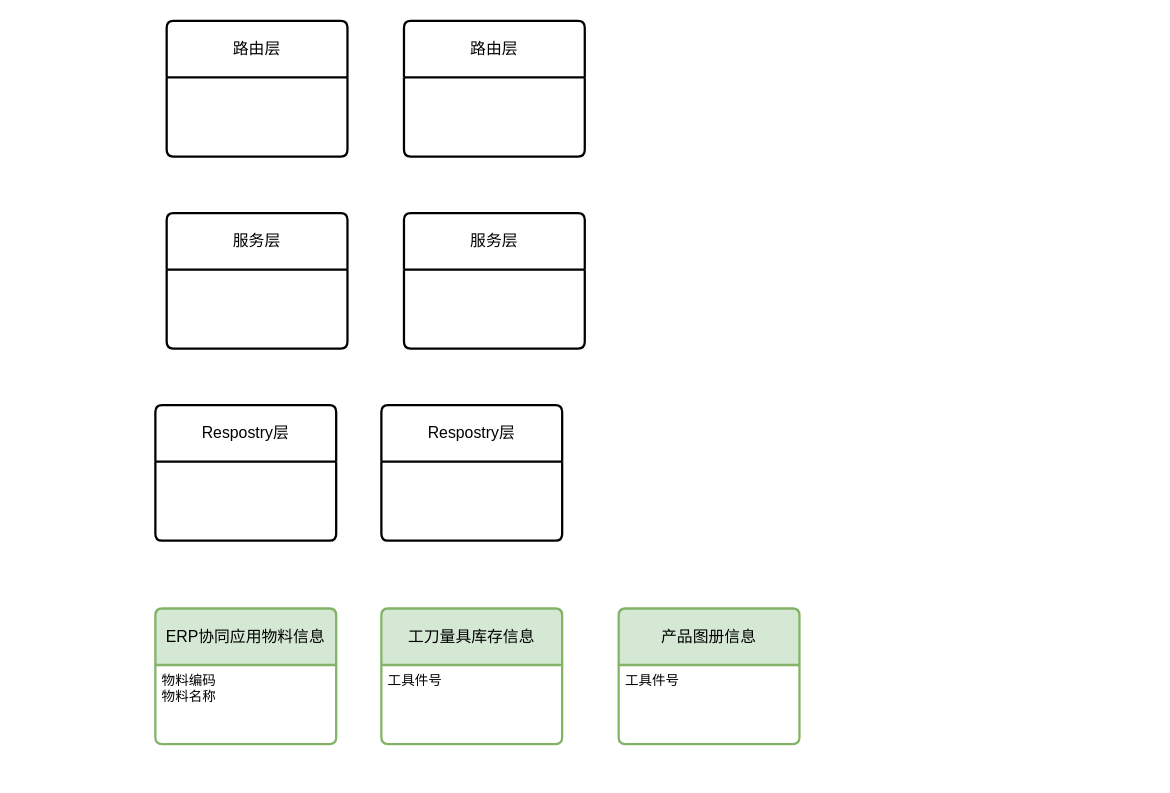
Before: backend.drawio in miaomiao1992/draw.io, a draw.io diagram. Source tidied: cells renumbered, new cells numbered last; positions are measured from the earlier drawing's top-left corner, leaving out a move shared by most shapes. Both pictures are drawn from the tidied source at 113%, with x=0, y=0 at pixel (155, 20).
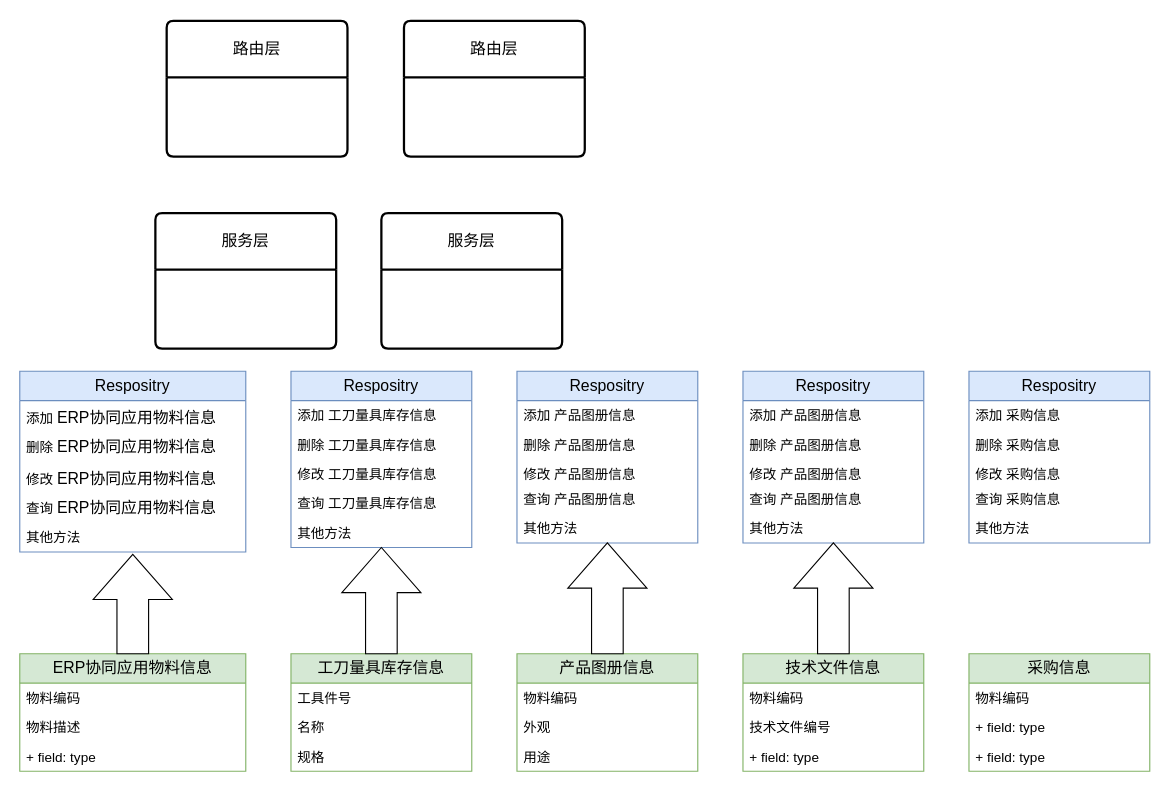
After the change.

The edit, as a diff of the source:
```diff
@@
-    <mxCell id="2" value="ERP协同应用物料信息" style="swimlane;horizontal=1;startSize=50;rounded=1;fontSize=14;fontStyle=0;strokeWidth=2;shadow=0;dashed=0;align=center;arcSize=4;whiteSpace=wrap;html=1;fillColor=#d5e8d4;strokeColor=#82b366;" parent="1" vertex="1">
-      <mxGeometry y="520" width="160" height="120" as="geometry" />
-    </mxCell>
-    <mxCell id="3" value="物料编码&lt;div&gt;物料名称&lt;/div&gt;" style="align=left;strokeColor=none;fillColor=none;spacingLeft=4;fontSize=12;verticalAlign=top;html=1;" parent="2" vertex="1">
-      <mxGeometry y="50" width="160" height="70" as="geometry" />
-    </mxCell>
-    <mxCell id="4" value="工刀量具库存信息" style="swimlane;horizontal=1;startSize=50;rounded=1;fontSize=14;fontStyle=0;strokeWidth=2;shadow=0;dashed=0;align=center;arcSize=4;whiteSpace=wrap;html=1;fillColor=#d5e8d4;strokeColor=#82b366;" parent="1" vertex="1">
-      <mxGeometry x="200" y="520" width="160" height="120" as="geometry" />
-    </mxCell>
-    <mxCell id="5" value="工具件号" style="align=left;strokeColor=none;fillColor=none;spacingLeft=4;fontSize=12;verticalAlign=top;html=1;" parent="4" vertex="1">
-      <mxGeometry y="50" width="160" height="70" as="geometry" />
-    </mxCell>
-    <mxCell id="6" value="Respostry层" style="swimlane;horizontal=1;startSize=50;rounded=1;fontSize=14;fontStyle=0;strokeWidth=2;shadow=0;dashed=0;align=center;arcSize=4;whiteSpace=wrap;html=1;" parent="1" vertex="1">
-      <mxGeometry y="340" width="160" height="120" as="geometry" />
-    </mxCell>
     <mxCell id="7" value="服务层" style="swimlane;horizontal=1;startSize=50;rounded=1;fontSize=14;fontStyle=0;strokeWidth=2;shadow=0;dashed=0;align=center;arcSize=4;whiteSpace=wrap;html=1;" parent="1" vertex="1">
-      <mxGeometry x="10" y="170" width="160" height="120" as="geometry" />
+      <mxGeometry y="170" width="160" height="120" as="geometry" />
     </mxCell>
@@
-    <mxCell id="9" value="Respostry层" style="swimlane;horizontal=1;startSize=50;rounded=1;fontSize=14;fontStyle=0;strokeWidth=2;shadow=0;dashed=0;align=center;arcSize=4;whiteSpace=wrap;html=1;" parent="1" vertex="1">
-      <mxGeometry x="200" y="340" width="160" height="120" as="geometry" />
-    </mxCell>
     <mxCell id="10" value="服务层" style="swimlane;horizontal=1;startSize=50;rounded=1;fontSize=14;fontStyle=0;strokeWidth=2;shadow=0;dashed=0;align=center;arcSize=4;whiteSpace=wrap;html=1;" parent="1" vertex="1">
-      <mxGeometry x="220" y="170" width="160" height="120" as="geometry" />
+      <mxGeometry x="200" y="170" width="160" height="120" as="geometry" />
     </mxCell>
@@
+    <mxCell id="2" value="&lt;span style=&quot;font-size: 14px;&quot;&gt;ERP协同应用物料信息&lt;/span&gt;" style="swimlane;fontStyle=0;horizontal=1;startSize=26;fillColor=#d5e8d4;whiteSpace=wrap;html=1;strokeColor=#82b366;" parent="1" vertex="1">
+      <mxGeometry x="-120" y="560" width="200" height="104" as="geometry" />
+    </mxCell>
+    <mxCell id="14" value="物料编码" style="text;strokeColor=none;fillColor=none;align=left;verticalAlign=top;spacingLeft=4;spacingRight=4;overflow=hidden;whiteSpace=wrap;html=1;" parent="2" vertex="1">
+      <mxGeometry y="26" width="200" height="26" as="geometry" />
+    </mxCell>
+    <mxCell id="15" value="物料描述" style="text;strokeColor=none;fillColor=none;align=left;verticalAlign=top;spacingLeft=4;spacingRight=4;overflow=hidden;whiteSpace=wrap;html=1;" parent="2" vertex="1">
+      <mxGeometry y="52" width="200" height="26" as="geometry" />
+    </mxCell>
+    <mxCell id="16" value="+ field: type" style="text;strokeColor=none;fillColor=none;align=left;verticalAlign=top;spacingLeft=4;spacingRight=4;overflow=hidden;whiteSpace=wrap;html=1;" parent="2" vertex="1">
+      <mxGeometry y="78" width="200" height="26" as="geometry" />
+    </mxCell>
+    <mxCell id="4" value="&lt;span style=&quot;font-size: 14px;&quot;&gt;工刀量具库存信息&lt;/span&gt;" style="swimlane;fontStyle=0;horizontal=1;startSize=26;fillColor=#d5e8d4;whiteSpace=wrap;html=1;strokeColor=#82b366;" parent="1" vertex="1">
+      <mxGeometry x="120" y="560" width="160" height="104" as="geometry" />
+    </mxCell>
+    <mxCell id="17" value="工具件号" style="text;strokeColor=none;fillColor=none;align=left;verticalAlign=top;spacingLeft=4;spacingRight=4;overflow=hidden;whiteSpace=wrap;html=1;" parent="4" vertex="1">
+      <mxGeometry y="26" width="160" height="26" as="geometry" />
+    </mxCell>
+    <mxCell id="18" value="名称" style="text;strokeColor=none;fillColor=none;align=left;verticalAlign=top;spacingLeft=4;spacingRight=4;overflow=hidden;whiteSpace=wrap;html=1;" parent="4" vertex="1">
+      <mxGeometry y="52" width="160" height="26" as="geometry" />
+    </mxCell>
+    <mxCell id="19" value="规格" style="text;strokeColor=none;fillColor=none;align=left;verticalAlign=top;spacingLeft=4;spacingRight=4;overflow=hidden;whiteSpace=wrap;html=1;" parent="4" vertex="1">
+      <mxGeometry y="78" width="160" height="26" as="geometry" />
+    </mxCell>
-    <mxCell id="12" value="产品图册信息" style="swimlane;horizontal=1;startSize=50;rounded=1;fontSize=14;fontStyle=0;strokeWidth=2;shadow=0;dashed=0;align=center;arcSize=4;whiteSpace=wrap;html=1;fillColor=#d5e8d4;strokeColor=#82b366;" parent="1" vertex="1">
-      <mxGeometry x="410" y="520" width="160" height="120" as="geometry" />
+    <mxCell id="12" value="&lt;span style=&quot;font-size: 14px;&quot;&gt;产品图册信息&lt;/span&gt;" style="swimlane;fontStyle=0;horizontal=1;startSize=26;fillColor=#d5e8d4;whiteSpace=wrap;html=1;strokeColor=#82b366;" parent="1" vertex="1">
+      <mxGeometry x="320" y="560" width="160" height="104" as="geometry" />
     </mxCell>
-    <mxCell id="13" value="工具件号" style="align=left;strokeColor=none;fillColor=none;spacingLeft=4;fontSize=12;verticalAlign=top;html=1;" parent="12" vertex="1">
-      <mxGeometry y="50" width="160" height="70" as="geometry" />
-    </mxCell>
+    <mxCell id="20" value="物料编码" style="text;strokeColor=none;fillColor=none;align=left;verticalAlign=top;spacingLeft=4;spacingRight=4;overflow=hidden;whiteSpace=wrap;html=1;" parent="12" vertex="1">
+      <mxGeometry y="26" width="160" height="26" as="geometry" />
+    </mxCell>
+    <mxCell id="21" value="外观" style="text;strokeColor=none;fillColor=none;align=left;verticalAlign=top;spacingLeft=4;spacingRight=4;overflow=hidden;whiteSpace=wrap;html=1;" parent="12" vertex="1">
+      <mxGeometry y="52" width="160" height="26" as="geometry" />
+    </mxCell>
+    <mxCell id="22" value="用途" style="text;strokeColor=none;fillColor=none;align=left;verticalAlign=top;spacingLeft=4;spacingRight=4;overflow=hidden;whiteSpace=wrap;html=1;" parent="12" vertex="1">
+      <mxGeometry y="78" width="160" height="26" as="geometry" />
+    </mxCell>
+    <mxCell id="23" value="&lt;span style=&quot;font-size: 14px;&quot;&gt;技术文件信息&lt;/span&gt;" style="swimlane;fontStyle=0;horizontal=1;startSize=26;fillColor=#d5e8d4;whiteSpace=wrap;html=1;strokeColor=#82b366;" parent="1" vertex="1">
+      <mxGeometry x="520" y="560" width="160" height="104" as="geometry" />
+    </mxCell>
+    <mxCell id="24" value="物料编码" style="text;strokeColor=none;fillColor=none;align=left;verticalAlign=top;spacingLeft=4;spacingRight=4;overflow=hidden;whiteSpace=wrap;html=1;" parent="23" vertex="1">
+      <mxGeometry y="26" width="160" height="26" as="geometry" />
+    </mxCell>
+    <mxCell id="25" value="技术文件编号" style="text;strokeColor=none;fillColor=none;align=left;verticalAlign=top;spacingLeft=4;spacingRight=4;overflow=hidden;whiteSpace=wrap;html=1;" parent="23" vertex="1">
+      <mxGeometry y="52" width="160" height="26" as="geometry" />
+    </mxCell>
+    <mxCell id="26" value="+ field: type" style="text;strokeColor=none;fillColor=none;align=left;verticalAlign=top;spacingLeft=4;spacingRight=4;overflow=hidden;whiteSpace=wrap;html=1;" parent="23" vertex="1">
+      <mxGeometry y="78" width="160" height="26" as="geometry" />
+    </mxCell>
+    <mxCell id="27" value="&lt;span style=&quot;font-size: 14px;&quot;&gt;采购信息&lt;/span&gt;" style="swimlane;fontStyle=0;horizontal=1;startSize=26;fillColor=#d5e8d4;whiteSpace=wrap;html=1;strokeColor=#82b366;" parent="1" vertex="1">
+      <mxGeometry x="720" y="560" width="160" height="104" as="geometry" />
+    </mxCell>
+    <mxCell id="28" value="物料编码" style="text;strokeColor=none;fillColor=none;align=left;verticalAlign=top;spacingLeft=4;spacingRight=4;overflow=hidden;whiteSpace=wrap;html=1;" parent="27" vertex="1">
+      <mxGeometry y="26" width="160" height="26" as="geometry" />
+    </mxCell>
+    <mxCell id="29" value="+ field: type" style="text;strokeColor=none;fillColor=none;align=left;verticalAlign=top;spacingLeft=4;spacingRight=4;overflow=hidden;whiteSpace=wrap;html=1;" parent="27" vertex="1">
+      <mxGeometry y="52" width="160" height="26" as="geometry" />
+    </mxCell>
+    <mxCell id="30" value="+ field: type" style="text;strokeColor=none;fillColor=none;align=left;verticalAlign=top;spacingLeft=4;spacingRight=4;overflow=hidden;whiteSpace=wrap;html=1;" parent="27" vertex="1">
+      <mxGeometry y="78" width="160" height="26" as="geometry" />
+    </mxCell>
+    <mxCell id="31" value="&lt;span style=&quot;font-size: 14px;&quot;&gt;Respositry&lt;/span&gt;" style="swimlane;fontStyle=0;horizontal=1;startSize=26;fillColor=#dae8fc;whiteSpace=wrap;html=1;strokeColor=#6c8ebf;" parent="1" vertex="1">
+      <mxGeometry x="-120" y="310" width="200" height="160" as="geometry" />
+    </mxCell>
+    <mxCell id="32" value="添加&amp;nbsp;&lt;span style=&quot;font-size: 14px; text-align: center;&quot;&gt;ERP协同应用物料信息&lt;/span&gt;" style="text;strokeColor=none;fillColor=none;align=left;verticalAlign=top;spacingLeft=4;spacingRight=4;overflow=hidden;whiteSpace=wrap;html=1;" parent="31" vertex="1">
+      <mxGeometry y="26" width="200" height="26" as="geometry" />
+    </mxCell>
+    <mxCell id="33" value="删除&amp;nbsp;&lt;span style=&quot;font-size: 14px; text-align: center;&quot;&gt;ERP协同应用物料信息&lt;/span&gt;" style="text;strokeColor=none;fillColor=none;align=left;verticalAlign=top;spacingLeft=4;spacingRight=4;overflow=hidden;whiteSpace=wrap;html=1;" parent="31" vertex="1">
+      <mxGeometry y="52" width="200" height="28" as="geometry" />
+    </mxCell>
+    <mxCell id="34" value="修改&amp;nbsp;&lt;span style=&quot;font-size: 14px; text-align: center;&quot;&gt;ERP协同应用物料信息&lt;/span&gt;" style="text;strokeColor=none;fillColor=none;align=left;verticalAlign=top;spacingLeft=4;spacingRight=4;overflow=hidden;whiteSpace=wrap;html=1;" parent="31" vertex="1">
+      <mxGeometry y="80" width="200" height="26" as="geometry" />
+    </mxCell>
+    <mxCell id="35" value="查询&amp;nbsp;&lt;span style=&quot;font-size: 14px; text-align: center;&quot;&gt;ERP协同应用物料信息&lt;/span&gt;" style="text;strokeColor=none;fillColor=none;align=left;verticalAlign=top;spacingLeft=4;spacingRight=4;overflow=hidden;whiteSpace=wrap;html=1;" parent="31" vertex="1">
+      <mxGeometry y="106" width="200" height="28" as="geometry" />
+    </mxCell>
+    <mxCell id="36" value="其他方法" style="text;strokeColor=none;fillColor=none;align=left;verticalAlign=top;spacingLeft=4;spacingRight=4;overflow=hidden;whiteSpace=wrap;html=1;" parent="31" vertex="1">
+      <mxGeometry y="134" width="200" height="26" as="geometry" />
+    </mxCell>
+    <mxCell id="37" value="&lt;span style=&quot;font-size: 14px;&quot;&gt;Resposi&lt;/span&gt;&lt;span style=&quot;font-size: 14px; background-color: initial;&quot;&gt;try&lt;/span&gt;" style="swimlane;fontStyle=0;horizontal=1;startSize=26;fillColor=#dae8fc;whiteSpace=wrap;html=1;strokeColor=#6c8ebf;" parent="1" vertex="1">
+      <mxGeometry x="120" y="310" width="160" height="156" as="geometry" />
+    </mxCell>
+    <mxCell id="38" value="添加 工刀量具库存信息" style="text;strokeColor=none;fillColor=none;align=left;verticalAlign=top;spacingLeft=4;spacingRight=4;overflow=hidden;whiteSpace=wrap;html=1;" parent="37" vertex="1">
+      <mxGeometry y="26" width="160" height="26" as="geometry" />
+    </mxCell>
+    <mxCell id="39" value="删除 工刀量具库存信息" style="text;strokeColor=none;fillColor=none;align=left;verticalAlign=top;spacingLeft=4;spacingRight=4;overflow=hidden;whiteSpace=wrap;html=1;" parent="37" vertex="1">
+      <mxGeometry y="52" width="160" height="26" as="geometry" />
+    </mxCell>
+    <mxCell id="40" value="修改 工刀量具库存信息" style="text;strokeColor=none;fillColor=none;align=left;verticalAlign=top;spacingLeft=4;spacingRight=4;overflow=hidden;whiteSpace=wrap;html=1;" parent="37" vertex="1">
+      <mxGeometry y="78" width="160" height="26" as="geometry" />
+    </mxCell>
+    <mxCell id="41" value="查询 工刀量具库存信息" style="text;strokeColor=none;fillColor=none;align=left;verticalAlign=top;spacingLeft=4;spacingRight=4;overflow=hidden;whiteSpace=wrap;html=1;" parent="37" vertex="1">
+      <mxGeometry y="104" width="160" height="26" as="geometry" />
+    </mxCell>
+    <mxCell id="42" value="其他方法" style="text;strokeColor=none;fillColor=none;align=left;verticalAlign=top;spacingLeft=4;spacingRight=4;overflow=hidden;whiteSpace=wrap;html=1;" parent="37" vertex="1">
+      <mxGeometry y="130" width="160" height="26" as="geometry" />
+    </mxCell>
+    <mxCell id="43" style="html=1;shadow=0;dashed=0;align=center;verticalAlign=middle;shape=mxgraph.arrows2.arrow;dy=0.6;dx=40;direction=north;notch=0;" parent="1" vertex="1">
+      <mxGeometry x="-55" y="472" width="70" height="88" as="geometry" />
+    </mxCell>
+    <mxCell id="44" style="html=1;shadow=0;dashed=0;align=center;verticalAlign=middle;shape=mxgraph.arrows2.arrow;dy=0.6;dx=40;direction=north;notch=0;" parent="1" vertex="1">
+      <mxGeometry x="165" y="466" width="70" height="94" as="geometry" />
+    </mxCell>
+    <mxCell id="45" value="&lt;span style=&quot;font-size: 14px;&quot;&gt;Respositry&lt;/span&gt;" style="swimlane;fontStyle=0;horizontal=1;startSize=26;fillColor=#dae8fc;whiteSpace=wrap;html=1;strokeColor=#6c8ebf;" parent="1" vertex="1">
+      <mxGeometry x="320" y="310" width="160" height="152" as="geometry" />
+    </mxCell>
+    <mxCell id="46" value="添加 产品图册信息" style="text;strokeColor=none;fillColor=none;align=left;verticalAlign=top;spacingLeft=4;spacingRight=4;overflow=hidden;whiteSpace=wrap;html=1;" parent="45" vertex="1">
+      <mxGeometry y="26" width="160" height="26" as="geometry" />
+    </mxCell>
+    <mxCell id="47" value="删除 产品图册信息" style="text;strokeColor=none;fillColor=none;align=left;verticalAlign=top;spacingLeft=4;spacingRight=4;overflow=hidden;whiteSpace=wrap;html=1;" parent="45" vertex="1">
+      <mxGeometry y="52" width="160" height="26" as="geometry" />
+    </mxCell>
+    <mxCell id="48" value="修改 产品图册信息" style="text;strokeColor=none;fillColor=none;align=left;verticalAlign=top;spacingLeft=4;spacingRight=4;overflow=hidden;whiteSpace=wrap;html=1;" parent="45" vertex="1">
+      <mxGeometry y="78" width="160" height="22" as="geometry" />
+    </mxCell>
+    <mxCell id="49" value="查询 产品图册信息" style="text;strokeColor=none;fillColor=none;align=left;verticalAlign=top;spacingLeft=4;spacingRight=4;overflow=hidden;whiteSpace=wrap;html=1;" parent="45" vertex="1">
+      <mxGeometry y="100" width="160" height="26" as="geometry" />
+    </mxCell>
+    <mxCell id="50" value="其他方法" style="text;strokeColor=none;fillColor=none;align=left;verticalAlign=top;spacingLeft=4;spacingRight=4;overflow=hidden;whiteSpace=wrap;html=1;" parent="45" vertex="1">
+      <mxGeometry y="126" width="160" height="26" as="geometry" />
+    </mxCell>
+    <mxCell id="51" style="html=1;shadow=0;dashed=0;align=center;verticalAlign=middle;shape=mxgraph.arrows2.arrow;dy=0.6;dx=40;direction=north;notch=0;" parent="1" vertex="1">
+      <mxGeometry x="365" y="462" width="70" height="98" as="geometry" />
+    </mxCell>
+    <mxCell id="52" value="&lt;span style=&quot;font-size: 14px;&quot;&gt;Respositry&lt;/span&gt;" style="swimlane;fontStyle=0;horizontal=1;startSize=26;fillColor=#dae8fc;whiteSpace=wrap;html=1;strokeColor=#6c8ebf;" parent="1" vertex="1">
+      <mxGeometry x="520" y="310" width="160" height="152" as="geometry" />
+    </mxCell>
+    <mxCell id="53" value="添加 产品图册信息" style="text;strokeColor=none;fillColor=none;align=left;verticalAlign=top;spacingLeft=4;spacingRight=4;overflow=hidden;whiteSpace=wrap;html=1;" parent="52" vertex="1">
+      <mxGeometry y="26" width="160" height="26" as="geometry" />
+    </mxCell>
+    <mxCell id="54" value="删除 产品图册信息" style="text;strokeColor=none;fillColor=none;align=left;verticalAlign=top;spacingLeft=4;spacingRight=4;overflow=hidden;whiteSpace=wrap;html=1;" parent="52" vertex="1">
+      <mxGeometry y="52" width="160" height="26" as="geometry" />
+    </mxCell>
+    <mxCell id="55" value="修改 产品图册信息" style="text;strokeColor=none;fillColor=none;align=left;verticalAlign=top;spacingLeft=4;spacingRight=4;overflow=hidden;whiteSpace=wrap;html=1;" parent="52" vertex="1">
+      <mxGeometry y="78" width="160" height="22" as="geometry" />
+    </mxCell>
+    <mxCell id="56" value="查询 产品图册信息" style="text;strokeColor=none;fillColor=none;align=left;verticalAlign=top;spacingLeft=4;spacingRight=4;overflow=hidden;whiteSpace=wrap;html=1;" parent="52" vertex="1">
+      <mxGeometry y="100" width="160" height="26" as="geometry" />
+    </mxCell>
+    <mxCell id="57" value="其他方法" style="text;strokeColor=none;fillColor=none;align=left;verticalAlign=top;spacingLeft=4;spacingRight=4;overflow=hidden;whiteSpace=wrap;html=1;" parent="52" vertex="1">
+      <mxGeometry y="126" width="160" height="26" as="geometry" />
+    </mxCell>
+    <mxCell id="58" style="html=1;shadow=0;dashed=0;align=center;verticalAlign=middle;shape=mxgraph.arrows2.arrow;dy=0.6;dx=40;direction=north;notch=0;" parent="1" vertex="1">
+      <mxGeometry x="565" y="462" width="70" height="98" as="geometry" />
+    </mxCell>
+    <mxCell id="59" value="&lt;span style=&quot;font-size: 14px;&quot;&gt;Respositry&lt;/span&gt;" style="swimlane;fontStyle=0;horizontal=1;startSize=26;fillColor=#dae8fc;whiteSpace=wrap;html=1;strokeColor=#6c8ebf;" parent="1" vertex="1">
+      <mxGeometry x="720" y="310" width="160" height="152" as="geometry" />
+    </mxCell>
+    <mxCell id="60" value="添加 采购信息" style="text;strokeColor=none;fillColor=none;align=left;verticalAlign=top;spacingLeft=4;spacingRight=4;overflow=hidden;whiteSpace=wrap;html=1;" parent="59" vertex="1">
+      <mxGeometry y="26" width="160" height="26" as="geometry" />
+    </mxCell>
+    <mxCell id="61" value="删除 采购信息" style="text;strokeColor=none;fillColor=none;align=left;verticalAlign=top;spacingLeft=4;spacingRight=4;overflow=hidden;whiteSpace=wrap;html=1;" parent="59" vertex="1">
+      <mxGeometry y="52" width="160" height="26" as="geometry" />
+    </mxCell>
+    <mxCell id="62" value="修改 采购信息" style="text;strokeColor=none;fillColor=none;align=left;verticalAlign=top;spacingLeft=4;spacingRight=4;overflow=hidden;whiteSpace=wrap;html=1;" parent="59" vertex="1">
+      <mxGeometry y="78" width="160" height="22" as="geometry" />
+    </mxCell>
+    <mxCell id="63" value="查询 采购信息" style="text;strokeColor=none;fillColor=none;align=left;verticalAlign=top;spacingLeft=4;spacingRight=4;overflow=hidden;whiteSpace=wrap;html=1;" parent="59" vertex="1">
+      <mxGeometry y="100" width="160" height="26" as="geometry" />
+    </mxCell>
+    <mxCell id="64" value="其他方法" style="text;strokeColor=none;fillColor=none;align=left;verticalAlign=top;spacingLeft=4;spacingRight=4;overflow=hidden;whiteSpace=wrap;html=1;" parent="59" vertex="1">
+      <mxGeometry y="126" width="160" height="26" as="geometry" />
+    </mxCell>
```
